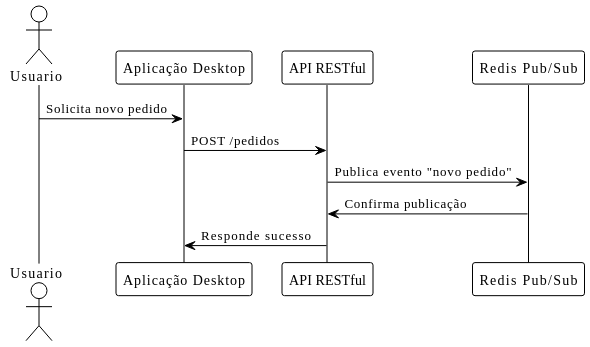
The PlantUML diagram docs/diagrama-sequencia.png in SPD-BES-2025-3/grupo4, before a commit. Its source is kept beside it as docs/codigo fonte diagramas/diagrama-sequencia.puml.
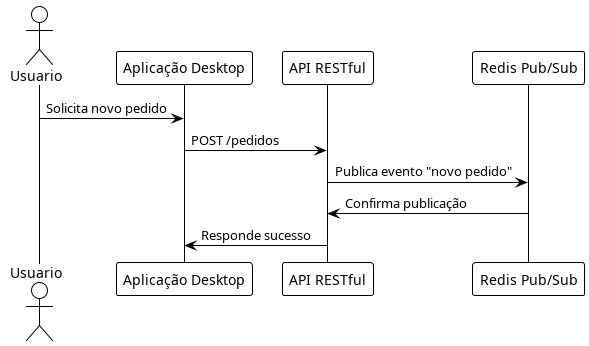
Above is the later version.

Change to the diagram source:
```diff
@@ -1,4 +1,4 @@
-@startuml
+@startuml diagrama-sequencia
 !theme plain
 
 actor Usuario
```
